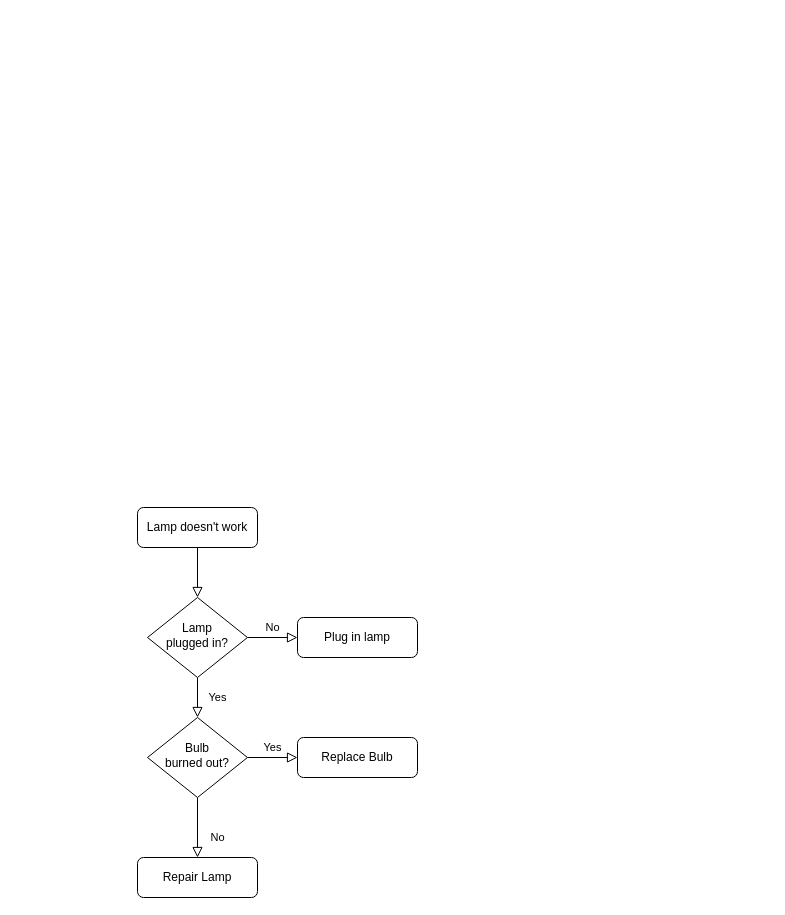
Earlier version of the draw.io diagram Diagramme d'activite.drawio (Berenice-AKA/mini). Source tidied: cells renumbered, new cells numbered last; positions are measured from the earlier drawing's top-left corner, leaving out a move shared by most shapes. Both pictures are drawn from the tidied source at 100%, with x=0, y=0 at pixel (137, 507).
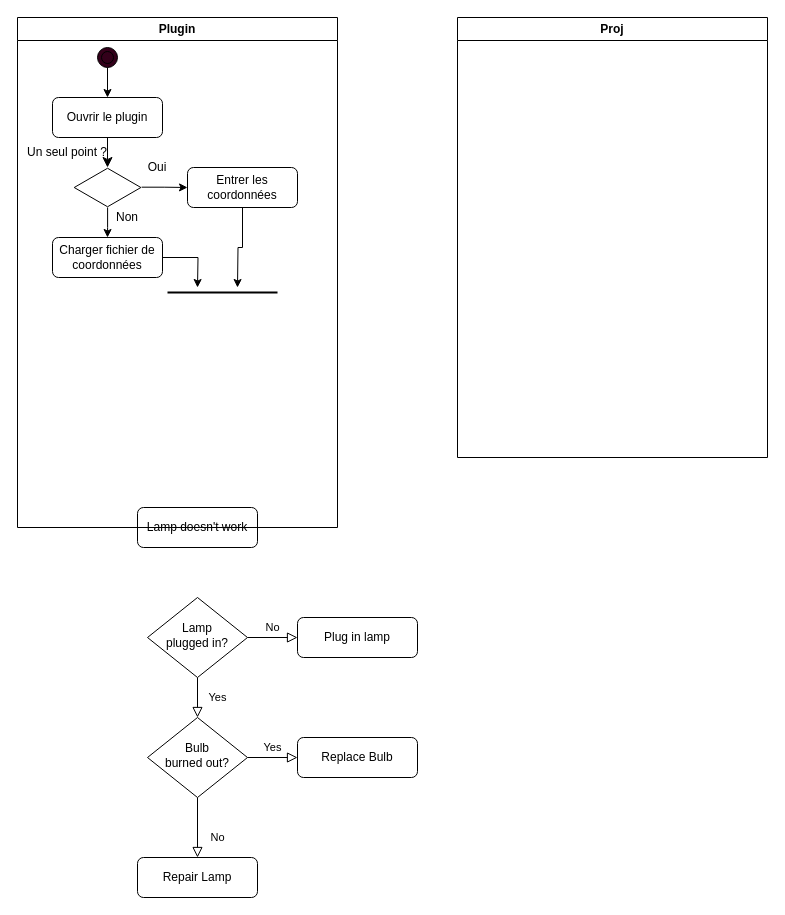
The same page after the edit.

Commit message:
Mettre à jour Diagramme d'activite.drawio

The change refers to these unchanged cells:
```xml
<mxCell id="3" value="Lamp doesn't work" style="rounded=1;whiteSpace=wrap;html=1;fontSize=12;glass=0;strokeWidth=1;shadow=0;" parent="1" vertex="1">
  <mxGeometry width="120" height="40" as="geometry" />
</mxCell>
<mxCell id="6" value="Lamp&lt;br&gt;plugged in?" style="rhombus;whiteSpace=wrap;html=1;shadow=0;fontFamily=Helvetica;fontSize=12;align=center;strokeWidth=1;spacing=6;spacingTop=-4;" parent="1" vertex="1">
  <mxGeometry x="10" y="90" width="100" height="80" as="geometry" />
</mxCell>
```

Diff of the diagram source:
```diff
@@
-    <mxCell id="2" style="rounded=0;html=1;jettySize=auto;fontSize=11;endArrow=block;endFill=0;endSize=8;strokeWidth=1;shadow=0;labelBackgroundColor=none;edgeStyle=orthogonalEdgeStyle;" parent="1" edge="1" source="3" target="6">
-      <mxGeometry relative="1" as="geometry" />
-    </mxCell>
@@
+    <mxCell id="13" value="Plugin" style="swimlane;whiteSpace=wrap;html=1;" parent="1" vertex="1">
+      <mxGeometry x="-120" y="-490" width="320" height="510" as="geometry" />
+    </mxCell>
+    <mxCell id="14" value="Ouvrir le plugin" style="rounded=1;whiteSpace=wrap;html=1;" parent="13" vertex="1">
+      <mxGeometry x="35" y="80" width="110" height="40" as="geometry" />
+    </mxCell>
+    <mxCell id="15" style="edgeStyle=orthogonalEdgeStyle;rounded=0;jettySize=auto;html=1;" parent="13" edge="1" source="16" target="14">
+      <mxGeometry relative="1" as="geometry" />
+    </mxCell>
+    <mxCell id="16" style="ellipse;shape=doubleEllipse;whiteSpace=wrap;html=1;fillColor=#33001A;" parent="13" vertex="1">
+      <mxGeometry x="80" y="30" width="20" height="20" as="geometry" />
+    </mxCell>
+    <mxCell id="17" style="edgeStyle=segmentEdgeStyle;endArrow=classic;html=1;curved=0;rounded=0;endSize=8;startSize=8;exitX=0.5;exitY=1;exitDx=0;exitDy=0;" parent="13" edge="1" source="14">
+      <mxGeometry relative="1" as="geometry">
+        <mxPoint x="90" y="150" as="targetPoint" />
+      </mxGeometry>
+    </mxCell>
+    <mxCell id="18" style="edgeStyle=orthogonalEdgeStyle;rounded=0;jettySize=auto;html=1;" parent="13" edge="1" source="19">
+      <mxGeometry relative="1" as="geometry">
+        <mxPoint x="180" y="270" as="targetPoint" />
+      </mxGeometry>
+    </mxCell>
+    <mxCell id="19" value="Charger fichier de coordonnées" style="rounded=1;whiteSpace=wrap;html=1;" parent="13" vertex="1">
+      <mxGeometry x="35" y="220" width="110" height="40" as="geometry" />
+    </mxCell>
+    <mxCell id="20" style="edgeStyle=orthogonalEdgeStyle;rounded=0;jettySize=auto;html=1;exitX=0.5;exitY=1;exitDx=0;exitDy=0;" parent="13" edge="1" source="21">
+      <mxGeometry relative="1" as="geometry">
+        <mxPoint x="220" y="270" as="targetPoint" />
+      </mxGeometry>
+    </mxCell>
+    <mxCell id="21" value="Entrer les coordonnées" style="rounded=1;whiteSpace=wrap;html=1;" parent="13" vertex="1">
+      <mxGeometry x="170" y="150" width="110" height="40" as="geometry" />
+    </mxCell>
+    <mxCell id="22" style="edgeStyle=orthogonalEdgeStyle;rounded=0;jettySize=auto;html=1;" parent="13" edge="1" source="24" target="19">
+      <mxGeometry relative="1" as="geometry" />
+    </mxCell>
+    <mxCell id="23" style="edgeStyle=orthogonalEdgeStyle;rounded=0;jettySize=auto;html=1;exitX=1.01;exitY=0.492;exitDx=0;exitDy=0;exitPerimeter=0;" parent="13" edge="1" source="24" target="21">
+      <mxGeometry relative="1" as="geometry" />
+    </mxCell>
+    <mxCell id="24" style="html=1;whiteSpace=wrap;shape=isoRectangle;" parent="13" vertex="1">
+      <mxGeometry x="56.7" y="150" width="66.7" height="40" as="geometry" />
+    </mxCell>
+    <mxCell id="25" value="Un seul point ?" style="text;html=1;align=center;verticalAlign=middle;whiteSpace=wrap;rounded=0;" parent="13" vertex="1">
+      <mxGeometry y="120" width="100" height="30" as="geometry" />
+    </mxCell>
+    <mxCell id="26" value="Oui" style="text;html=1;align=center;verticalAlign=middle;whiteSpace=wrap;rounded=0;" parent="13" vertex="1">
+      <mxGeometry x="110" y="140" width="60" height="20" as="geometry" />
+    </mxCell>
+    <mxCell id="27" value="Non" style="text;html=1;align=center;verticalAlign=middle;whiteSpace=wrap;rounded=0;" parent="13" vertex="1">
+      <mxGeometry x="80" y="190" width="60" height="20" as="geometry" />
+    </mxCell>
+    <mxCell id="28" style="line;strokeWidth=2;html=1;" parent="13" vertex="1">
+      <mxGeometry x="150" y="270" width="110" height="10" as="geometry" />
+    </mxCell>
+    <mxCell id="29" value="Proj" style="swimlane;whiteSpace=wrap;html=1;" parent="1" vertex="1">
+      <mxGeometry x="320" y="-490" width="310" height="440" as="geometry" />
+    </mxCell>
```
